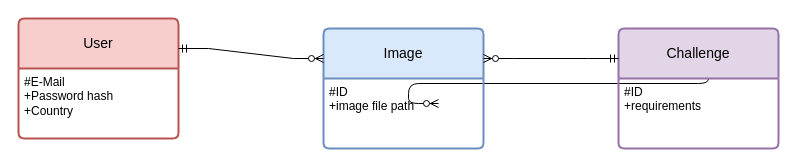
raresNagy/Erasmus-Website-Nuxt keeps this draw.io diagram as Db diagram.drawio. Above is the earlier version. Source tidied: cells renumbered, new cells numbered last; positions are measured from the earlier drawing's top-left corner, leaving out a move shared by most shapes. Both pictures are drawn from the tidied source at 100%, with x=0, y=0 at pixel (18, 18).
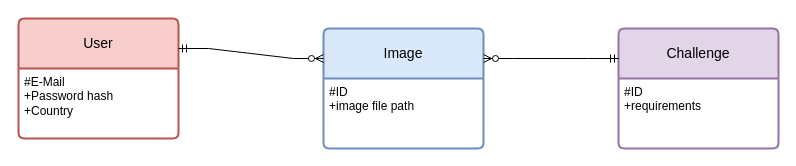
The same page after the edit.

Change to the diagram source:
```diff
@@
 <mxGraphModel>
   <root>
     <mxCell id="0" />
     <mxCell id="1" parent="0" />
-    <mxCell id="2" style="edgeStyle=entityRelationEdgeStyle;endArrow=ERzeroToMany;startArrow=ERone;endFill=1;startFill=0;" parent="1" edge="1">
-      <mxGeometry relative="1" as="geometry">
-        <mxPoint x="660" y="45" as="sourcePoint" />
-        <mxPoint x="420" y="85" as="targetPoint" />
-      </mxGeometry>
-    </mxCell>
     <mxCell id="3" value="User" style="swimlane;horizontal=1;startSize=50;rounded=1;fontSize=14;fontStyle=0;strokeWidth=2;shadow=0;dashed=0;align=center;arcSize=4;whiteSpace=wrap;html=1;fillColor=#f8cecc;strokeColor=#b85450;" parent="1" vertex="1">
       <mxGeometry width="160" height="120" as="geometry" />
     </mxCell>
     <mxCell id="4" value="&lt;div&gt;#E-Mail&lt;/div&gt;&lt;div&gt;+Password hash&lt;br&gt;&lt;/div&gt;&lt;div&gt;+Country &lt;br&gt;&lt;/div&gt;" style="align=left;strokeColor=none;fillColor=none;spacingLeft=4;fontSize=12;verticalAlign=top;html=1;" parent="3" vertex="1">
       <mxGeometry y="50" width="160" height="70" as="geometry" />
     </mxCell>
     <mxCell id="5" value="Image" style="swimlane;horizontal=1;startSize=50;rounded=1;fontSize=14;fontStyle=0;strokeWidth=2;shadow=0;dashed=0;align=center;arcSize=4;whiteSpace=wrap;html=1;fillColor=#dae8fc;strokeColor=#6c8ebf;" parent="1" vertex="1">
       <mxGeometry x="305" y="10" width="160" height="120" as="geometry" />
     </mxCell>
     <mxCell id="6" value="&lt;div&gt;#ID&lt;/div&gt;&lt;div&gt;+image file path&lt;/div&gt;&lt;div&gt;&lt;br&gt;&lt;/div&gt;" style="align=left;strokeColor=none;fillColor=none;spacingLeft=4;fontSize=12;verticalAlign=top;html=1;" parent="5" vertex="1">
       <mxGeometry y="50" width="160" height="70" as="geometry" />
     </mxCell>
     <mxCell id="7" style="edgeStyle=entityRelationEdgeStyle;fontSize=12;html=1;endArrow=ERzeroToMany;startArrow=ERmandOne;rounded=0;entryX=0;entryY=0.25;entryDx=0;entryDy=0;exitX=1;exitY=0.25;exitDx=0;exitDy=0;" parent="1" edge="1" source="3" target="5">
       <mxGeometry relative="1" as="geometry" />
     </mxCell>
     <mxCell id="8" value="Challenge" style="swimlane;horizontal=1;startSize=50;rounded=1;fontSize=14;fontStyle=0;strokeWidth=2;shadow=0;dashed=0;align=center;arcSize=4;whiteSpace=wrap;html=1;fillColor=#e1d5e7;strokeColor=#9673a6;" parent="1" vertex="1">
       <mxGeometry x="600" y="10" width="160" height="120" as="geometry" />
     </mxCell>
     <mxCell id="9" value="&lt;div&gt;#ID&lt;/div&gt;&lt;div&gt;+requirements&lt;/div&gt;" style="align=left;strokeColor=none;fillColor=none;spacingLeft=4;fontSize=12;verticalAlign=top;html=1;" parent="8" vertex="1">
       <mxGeometry y="50" width="160" height="70" as="geometry" />
     </mxCell>
     <mxCell id="10" style="edgeStyle=entityRelationEdgeStyle;fontSize=12;html=1;endArrow=ERzeroToMany;startArrow=ERmandOne;rounded=0;entryX=1;entryY=0.25;entryDx=0;entryDy=0;exitX=0;exitY=0.25;exitDx=0;exitDy=0;" parent="1" edge="1" source="8" target="5">
       <mxGeometry relative="1" as="geometry">
         <Array as="points">
           <mxPoint x="430" y="140" />
           <mxPoint x="400" y="160" />
           <mxPoint x="490" y="120" />
           <mxPoint x="480" y="90" />
           <mxPoint x="450" y="130" />
           <mxPoint x="440" y="130" />
           <mxPoint x="440" y="150" />
           <mxPoint x="450" y="130" />
           <mxPoint x="460" y="130" />
         </Array>
       </mxGeometry>
     </mxCell>
   </root>
 </mxGraphModel>
```
